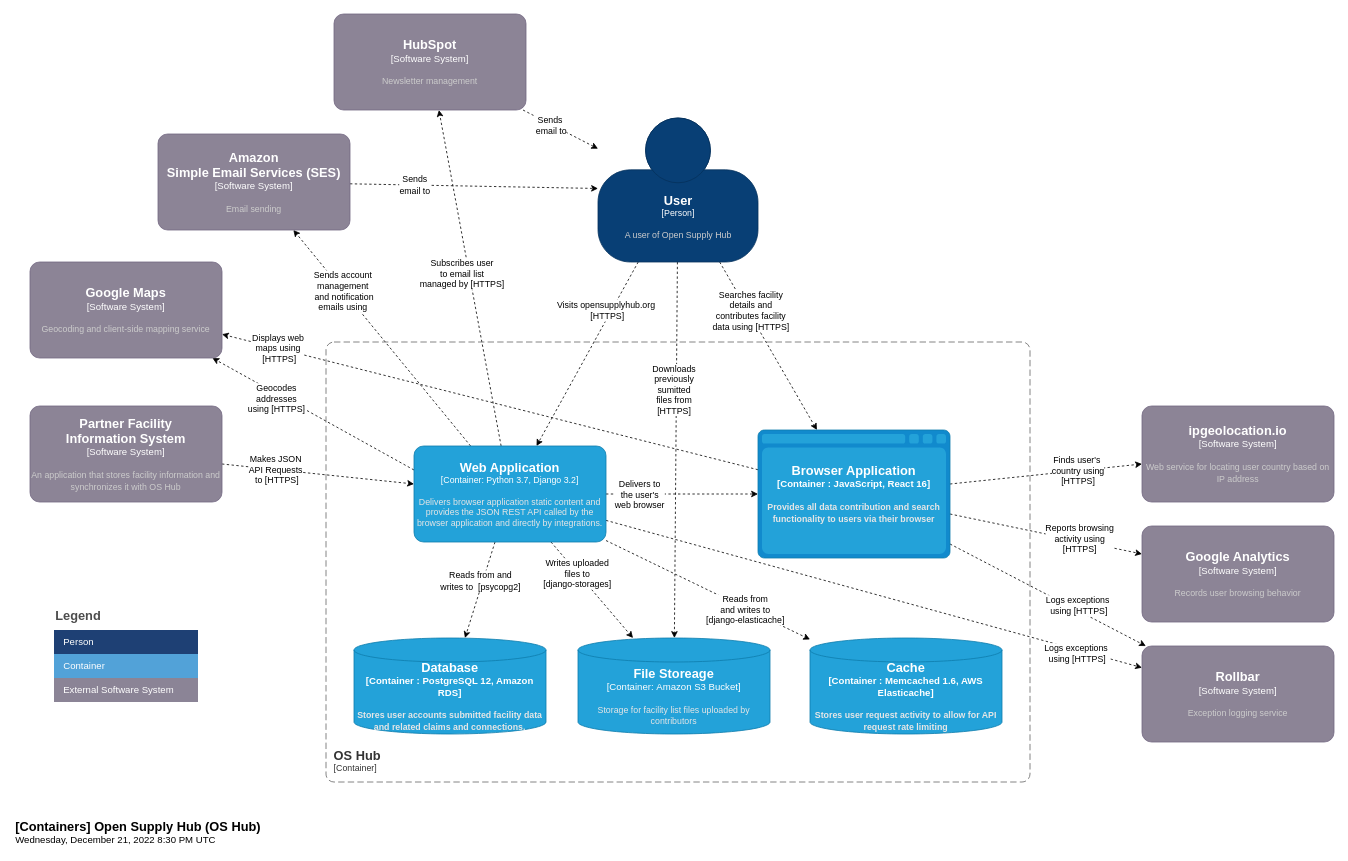
The draw.io diagram doc/diagrams/Container Diagram/OS Hub Container Diagram.drawio.xml in opensupplyhub/open-apparel-registry, before the edit. Source tidied: cells renumbered, new cells numbered last; positions are measured from the earlier drawing's top-left corner, leaving out a move shared by most shapes. Both pictures are drawn from the tidied source at 80%, with x=0, y=0 at pixel (14, 14).
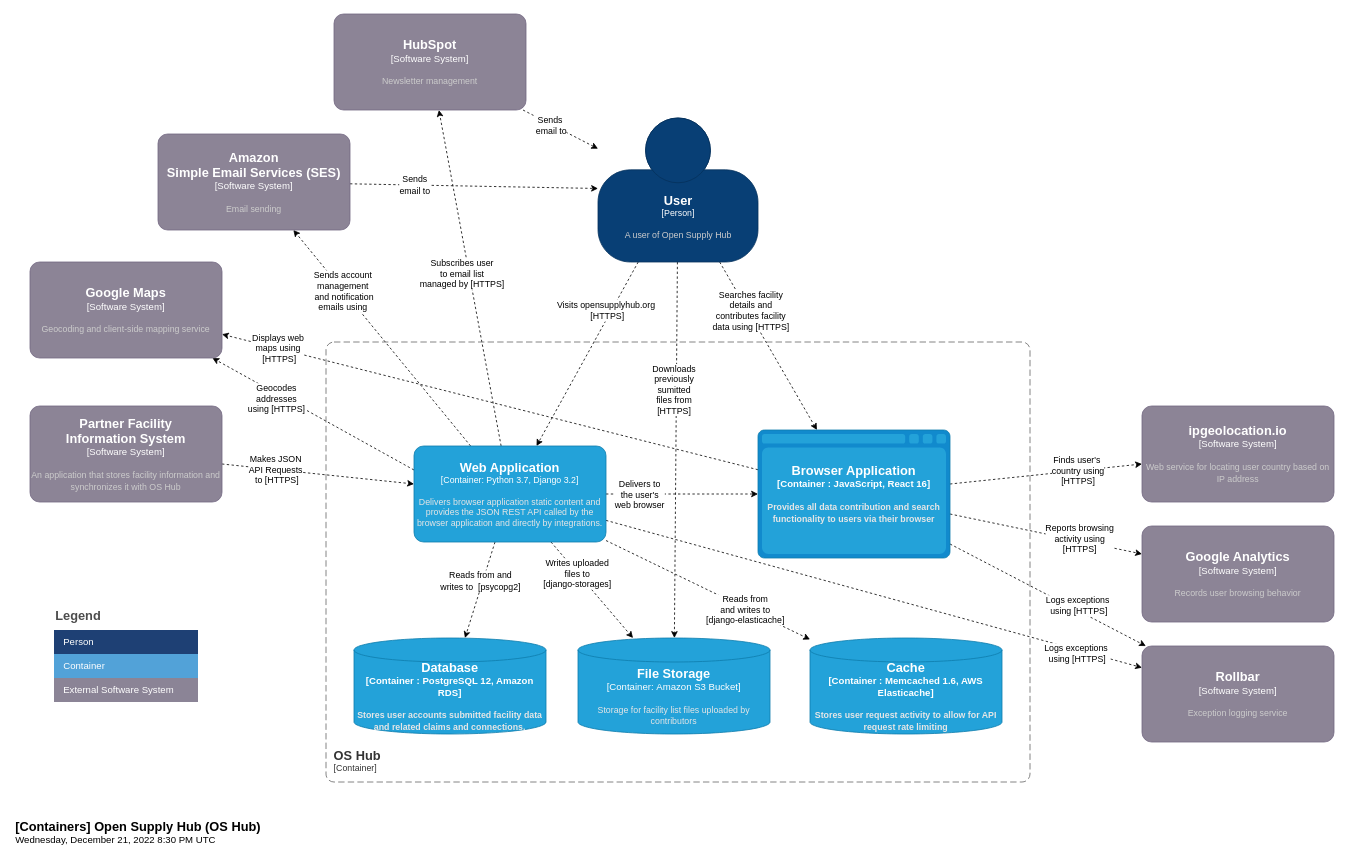
Above is the later version.

Commit message (it also covers changes not shown here):
fixup! Add architecture diagrams

Diff of the diagram source:
```diff
@@
-    <object id="56" label="&lt;font style=&quot;font-size: 16px&quot;&gt;&lt;b&gt;%c4Type%&lt;/b&gt;&lt;/font&gt;&lt;div&gt;[%c4Container%:&amp;nbsp;%c4Technology%]&lt;/div&gt;&lt;br&gt;&lt;div&gt;&lt;font style=&quot;font-size: 11px&quot;&gt;&lt;font color=&quot;#E6E6E6&quot;&gt;%c4Description%&lt;/font&gt;&lt;/div&gt;" c4Container="Container" c4Description="Storage for facility list files uploaded by contributors" c4Technology="Amazon S3 Bucket" c4Type="File Storeage" placeholders="1">
+    <object id="56" label="&lt;font style=&quot;font-size: 16px&quot;&gt;&lt;b&gt;%c4Type%&lt;/b&gt;&lt;/font&gt;&lt;div&gt;[%c4Container%:&amp;nbsp;%c4Technology%]&lt;/div&gt;&lt;br&gt;&lt;div&gt;&lt;font style=&quot;font-size: 11px&quot;&gt;&lt;font color=&quot;#E6E6E6&quot;&gt;%c4Description%&lt;/font&gt;&lt;/div&gt;" c4Container="Container" c4Description="Storage for facility list files uploaded by contributors" c4Technology="Amazon S3 Bucket" c4Type="File Storage" placeholders="1">
       <mxCell style="shape=cylinder3;size=15;whiteSpace=wrap;html=1;boundedLbl=1;rounded=0;labelBackgroundColor=none;fillColor=#23A2D9;fontSize=12;fontColor=#ffffff;align=center;strokeColor=#0E7DAD;points=[[0.5,0,0],[1,0.25,0],[1,0.5,0],[1,0.75,0],[0.5,1,0],[0,0.75,0],[0,0.5,0],[0,0.25,0]];" parent="1" vertex="1">
         <mxGeometry x="705" y="780" width="240" height="120" as="geometry" />
       </mxCell>
     </object>
```
